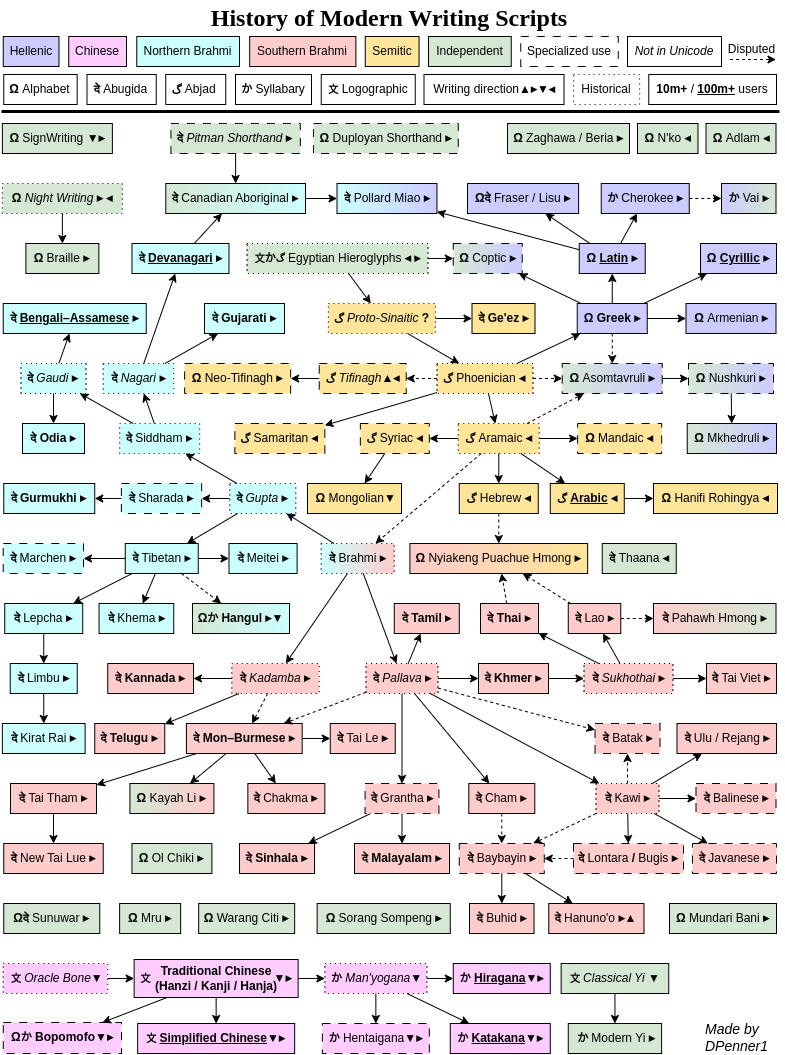
This is Modern Script History.png from DPenner1/WritingSystemHistory, a draw.io export, as it was before one commit. Source tidied: cells renumbered, new cells last; positions are measured from the earlier drawing's top-left corner, leaving out a move shared by most shapes.
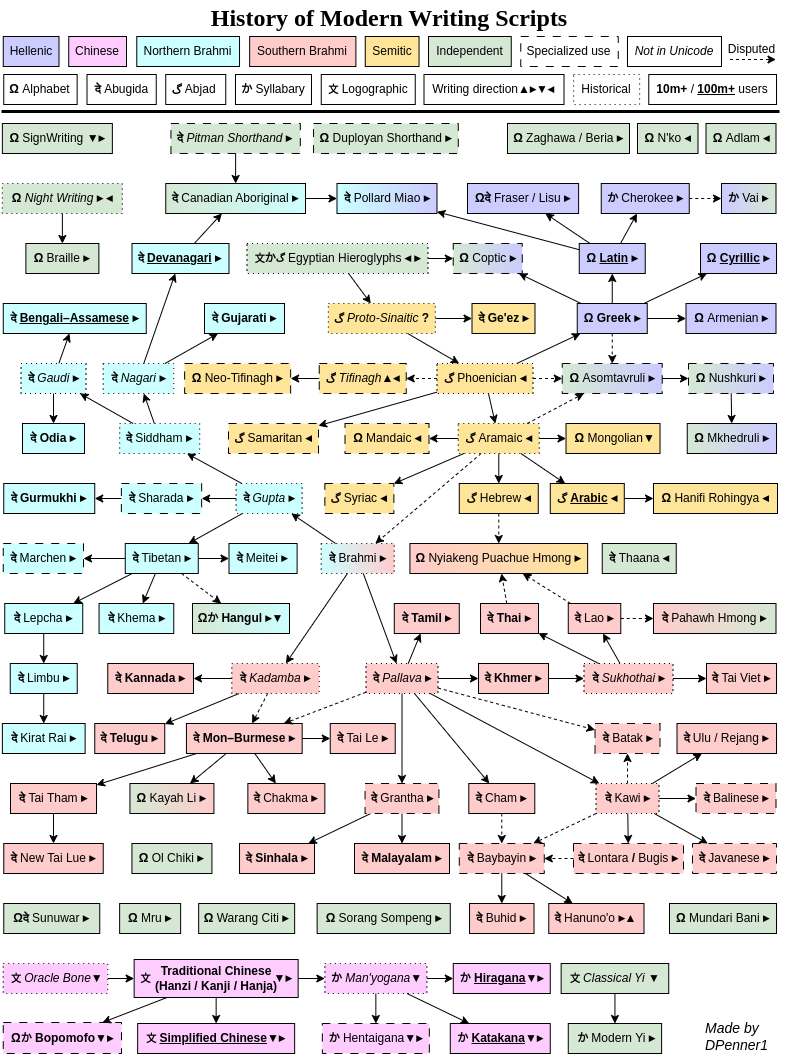
The same file after the commit.

Diff of the diagram source:
```diff
@@ -60,7 +60,7 @@
       <mxGeometry x="293" y="575" as="geometry" />
     </mxCell>
     <mxCell id="21" value="&lt;b style=&quot;font-style: normal;&quot;&gt;दे&lt;/b&gt;&lt;b style=&quot;font-style: normal; font-size: 11px;&quot;&gt;&amp;nbsp;&lt;/b&gt;Gupta&lt;span style=&quot;font-style: normal;&quot;&gt;&amp;nbsp;&lt;/span&gt;&lt;b style=&quot;font-style: normal;&quot;&gt;▸&lt;/b&gt;" style="whiteSpace=wrap;html=1;dashed=1;dashPattern=1 4;fillColor=#CCFFFF;fontStyle=2;" parent="1" vertex="1">
-      <mxGeometry x="228.3" y="483" width="66" height="30" as="geometry" />
+      <mxGeometry x="234.7" y="483" width="66" height="30" as="geometry" />
     </mxCell>
     <mxCell id="22" style="endArrow=classic;html=1;" parent="1" edge="1" source="19" target="21">
       <mxGeometry x="293" y="575" as="geometry" />
@@ -144,7 +144,7 @@
       <mxGeometry x="740" y="517" as="geometry" />
     </mxCell>
     <mxCell id="49" value="&lt;font style=&quot;font-weight: 700; font-size: 11px;&quot;&gt;گ&lt;/font&gt;&lt;span style=&quot;font-weight: 700;&quot;&gt;&amp;nbsp;&lt;/span&gt;Syriac&amp;nbsp;&lt;b&gt;◂&lt;/b&gt;" style="whiteSpace=wrap;html=1;dashed=1;fillColor=#FFE599;dashPattern=8 8;" parent="1" vertex="1">
-      <mxGeometry x="358.9" y="423" width="69" height="30" as="geometry" />
+      <mxGeometry x="323.4" y="483" width="69" height="30" as="geometry" />
     </mxCell>
     <mxCell id="50" style="endArrow=classic;html=1;" parent="1" edge="1" source="15" target="49">
       <mxGeometry x="496" y="582" as="geometry" />
@@ -155,11 +155,11 @@
     <mxCell id="52" value="&lt;font style=&quot;font-size: 11px;&quot;&gt;گ&lt;/font&gt;&amp;nbsp;&lt;u&gt;Arabic&lt;/u&gt;&amp;nbsp;&lt;b&gt;◂&lt;/b&gt;" style="whiteSpace=wrap;html=1;fontStyle=1;fillColor=#FFE599;" parent="1" vertex="1">
       <mxGeometry x="548.8" y="483" width="74" height="30" as="geometry" />
     </mxCell>
-    <mxCell id="53" style="endArrow=classic;html=1;" parent="1" edge="1" source="49" target="54">
+    <mxCell id="53" style="endArrow=classic;html=1;" parent="1" edge="1" source="15" target="54">
       <mxGeometry x="672" y="482" as="geometry" />
     </mxCell>
     <mxCell id="54" value="&lt;b&gt;&amp;nbsp;Ω&amp;nbsp;&lt;/b&gt;Mongolian&lt;b&gt;▼&lt;/b&gt;" style="whiteSpace=wrap;html=1;fillColor=#FFE599;" parent="1" vertex="1">
-      <mxGeometry x="306" y="483" width="94" height="30" as="geometry" />
+      <mxGeometry x="564.5" y="423" width="94" height="30" as="geometry" />
     </mxCell>
     <mxCell id="55" value="&lt;b&gt;Ω&amp;nbsp;&lt;/b&gt;Asomtavruli&lt;span style=&quot;font-weight: 700;&quot;&gt;&amp;nbsp;▸&lt;/span&gt;" style="whiteSpace=wrap;html=1;fontStyle=0;fillColor=#CCCCFF;gradientColor=#D5E8D4;gradientDirection=west;dashed=1;dashPattern=8 8;" parent="1" vertex="1">
       <mxGeometry x="560.8" y="363" width="100" height="30" as="geometry" />
@@ -354,7 +354,7 @@
       <mxGeometry x="701.6" y="1018.2" width="73.3" height="36.5" as="geometry" />
     </mxCell>
     <mxCell id="119" value="&lt;font style=&quot;font-weight: 700; font-size: 11px;&quot;&gt;گ&lt;/font&gt;&lt;span style=&quot;font-weight: 700;&quot;&gt;&amp;nbsp;&lt;/span&gt;Samaritan&amp;nbsp;&lt;b&gt;◂&lt;/b&gt;" style="whiteSpace=wrap;html=1;dashed=1;fillColor=#FFE599;dashPattern=8 8;" parent="1" vertex="1">
-      <mxGeometry x="233.4" y="423" width="90" height="30" as="geometry" />
+      <mxGeometry x="227" y="423" width="90" height="30" as="geometry" />
     </mxCell>
     <mxCell id="120" style="endArrow=classic;html=1;" parent="1" edge="1" source="10" target="119">
       <mxGeometry x="155" y="375" as="geometry" />
@@ -543,7 +543,7 @@
       <mxGeometry x="671" y="750" as="geometry" />
     </mxCell>
     <mxCell id="181" value="&lt;b&gt;Ω&amp;nbsp;&lt;/b&gt;Mandaic&amp;nbsp;&lt;b&gt;◂&lt;/b&gt;" style="whiteSpace=wrap;html=1;fillColor=#FFE599;dashed=1;dashPattern=8 8;" parent="1" vertex="1">
-      <mxGeometry x="576.1" y="423" width="84" height="30" as="geometry" />
+      <mxGeometry x="343.5" y="423" width="84" height="30" as="geometry" />
     </mxCell>
     <mxCell id="182" value="Disputed" style="text;html=1;strokeColor=none;fillColor=none;align=center;verticalAlign=middle;whiteSpace=wrap;overflow=hidden;dashed=1;" parent="1" vertex="1">
       <mxGeometry x="718" y="39" width="65" height="20" as="geometry" />
```
